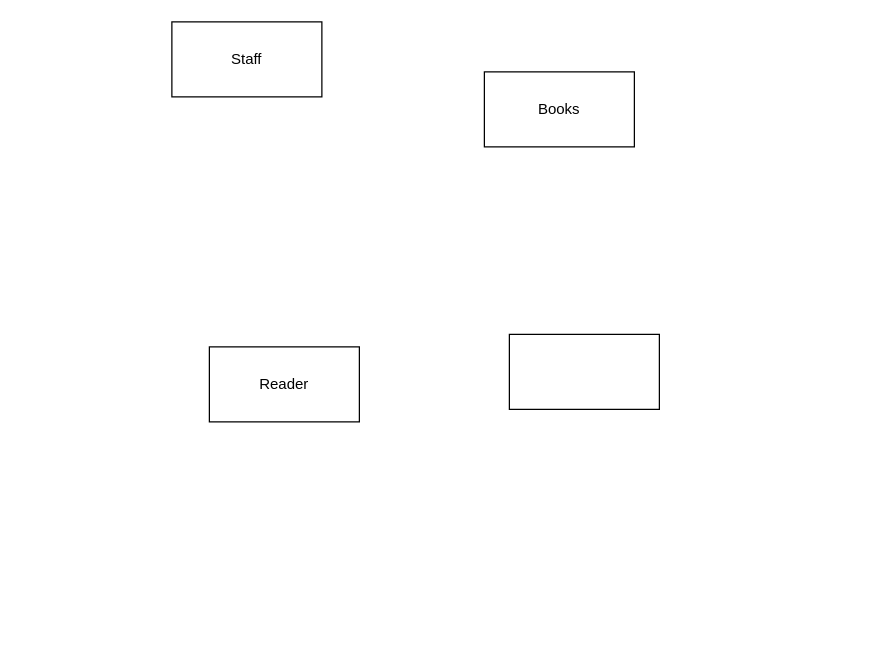
This is RS.drawio from PhiLong1st/Library_Management_BE2, a draw.io file, before an edit. Source tidied: cells renumbered, new cells numbered last; positions are measured from the earlier drawing's top-left corner, leaving out a move shared by most shapes. Both pictures are drawn from the tidied source at 125%, with x=0, y=0 at pixel (171, 21).
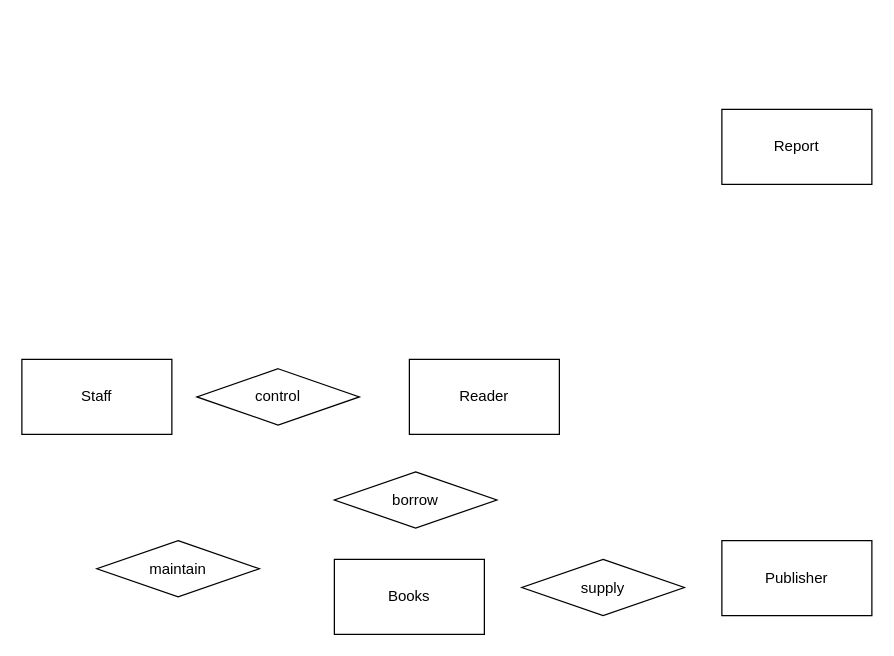
Above is the later version.

Diff of the diagram source:
```diff
@@
 <mxGraphModel>
   <root>
     <mxCell id="0" />
     <mxCell id="1" parent="0" />
     <mxCell id="2" value="Reader" style="rounded=0;whiteSpace=wrap;html=1;" parent="1" vertex="1">
-      <mxGeometry x="30" y="260" width="120" height="60" as="geometry" />
+      <mxGeometry x="190" y="270" width="120" height="60" as="geometry" />
     </mxCell>
     <mxCell id="3" value="Staff" style="rounded=0;whiteSpace=wrap;html=1;" parent="1" vertex="1">
-      <mxGeometry width="120" height="60" as="geometry" />
+      <mxGeometry x="-120" y="270" width="120" height="60" as="geometry" />
     </mxCell>
     <mxCell id="4" value="Books" style="rounded=0;whiteSpace=wrap;html=1;" parent="1" vertex="1">
-      <mxGeometry x="250" y="40" width="120" height="60" as="geometry" />
+      <mxGeometry x="130" y="430" width="120" height="60" as="geometry" />
     </mxCell>
-    <mxCell id="5" style="rounded=0;whiteSpace=wrap;html=1;" parent="1" vertex="1">
-      <mxGeometry x="270" y="250" width="120" height="60" as="geometry" />
+    <mxCell id="5" value="Publisher" style="rounded=0;whiteSpace=wrap;html=1;" parent="1" vertex="1">
+      <mxGeometry x="440" y="415" width="120" height="60" as="geometry" />
     </mxCell>
+    <mxCell id="6" value="Report" style="rounded=0;whiteSpace=wrap;html=1;" parent="1" vertex="1">
+      <mxGeometry x="440" y="70" width="120" height="60" as="geometry" />
+    </mxCell>
+    <mxCell id="7" value="borrow" style="rhombus;whiteSpace=wrap;html=1;" parent="1" vertex="1">
+      <mxGeometry x="130" y="360" width="130" height="45" as="geometry" />
+    </mxCell>
+    <mxCell id="8" value="supply" style="rhombus;whiteSpace=wrap;html=1;" parent="1" vertex="1">
+      <mxGeometry x="280" y="430" width="130" height="45" as="geometry" />
+    </mxCell>
+    <mxCell id="9" value="maintain" style="rhombus;whiteSpace=wrap;html=1;" parent="1" vertex="1">
+      <mxGeometry x="-60" y="415" width="130" height="45" as="geometry" />
+    </mxCell>
+    <mxCell id="10" value="control" style="rhombus;whiteSpace=wrap;html=1;" parent="1" vertex="1">
+      <mxGeometry x="20" y="277.5" width="130" height="45" as="geometry" />
+    </mxCell>
   </root>
 </mxGraphModel>
```
